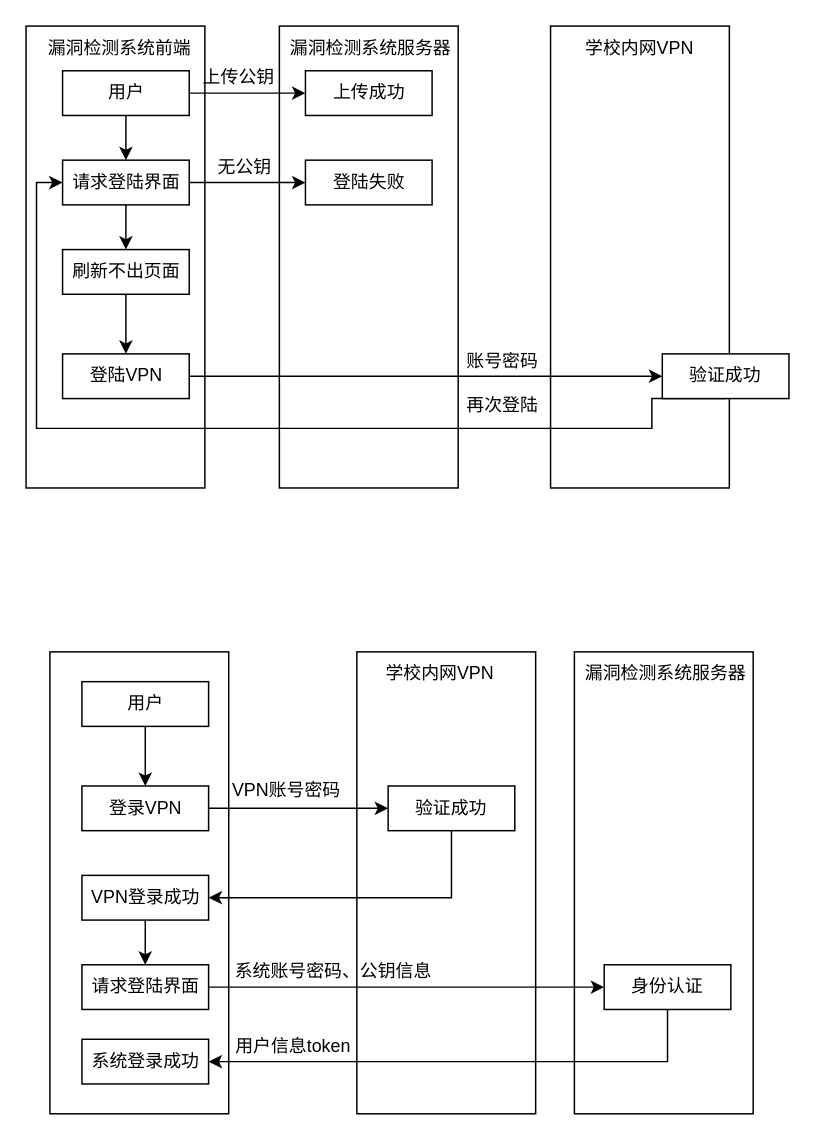
Niujieheng/GitHub_Jul keeps this draw.io diagram as 认证登录.drawio. Above is the earlier version. Source tidied: cells renumbered, new cells numbered last; positions are measured from the earlier drawing's top-left corner, leaving out a move shared by most shapes. Both pictures are drawn from the tidied source at 149%, with x=0, y=0 at pixel (25, 25).
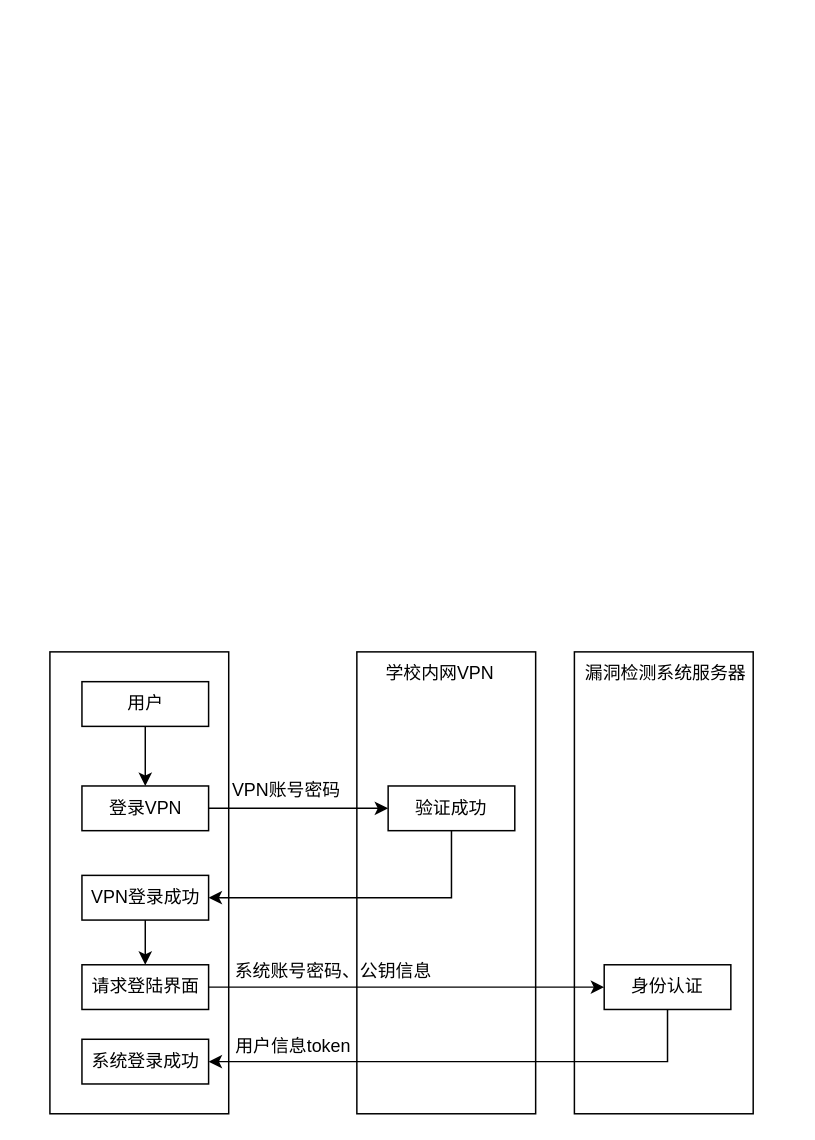
The same page after the edit.

Commit message (it also covers changes not shown here):
更新认证登录.drawio

Change to the diagram source:
```diff
@@
-    <mxCell id="2" style="rounded=0;whiteSpace=wrap;html=1;" parent="1" vertex="1">
-      <mxGeometry width="120" height="310" as="geometry" />
-    </mxCell>
-    <mxCell id="3" style="rounded=0;whiteSpace=wrap;html=1;" parent="1" vertex="1">
-      <mxGeometry x="170" width="120" height="310" as="geometry" />
-    </mxCell>
-    <mxCell id="4" style="rounded=0;whiteSpace=wrap;html=1;" parent="1" vertex="1">
-      <mxGeometry x="352" width="120" height="310" as="geometry" />
-    </mxCell>
-    <mxCell id="5" value="漏洞检测系统前端" style="text;html=1;strokeColor=none;fillColor=none;align=center;verticalAlign=middle;whiteSpace=wrap;rounded=0;" parent="1" vertex="1">
-      <mxGeometry x="13" width="100" height="30" as="geometry" />
-    </mxCell>
-    <mxCell id="6" value="漏洞检测系统服务器" style="text;html=1;strokeColor=none;fillColor=none;align=center;verticalAlign=middle;whiteSpace=wrap;rounded=0;" parent="1" vertex="1">
-      <mxGeometry x="173" width="117" height="30" as="geometry" />
-    </mxCell>
-    <mxCell id="7" value="学校内网VPN" style="text;html=1;strokeColor=none;fillColor=none;align=center;verticalAlign=middle;whiteSpace=wrap;rounded=0;" parent="1" vertex="1">
-      <mxGeometry x="362" width="100" height="30" as="geometry" />
-    </mxCell>
-    <mxCell id="8" style="edgeStyle=orthogonalEdgeStyle;rounded=0;jettySize=auto;html=1;exitX=0.5;exitY=1;exitDx=0;exitDy=0;" parent="1" edge="1" source="10" target="13">
-      <mxGeometry relative="1" as="geometry" />
-    </mxCell>
-    <mxCell id="9" style="edgeStyle=orthogonalEdgeStyle;rounded=0;jettySize=auto;html=1;exitX=1;exitY=0.5;exitDx=0;exitDy=0;entryX=0;entryY=0.5;entryDx=0;entryDy=0;" parent="1" edge="1" source="10" target="24">
-      <mxGeometry relative="1" as="geometry" />
-    </mxCell>
-    <mxCell id="10" value="用户" style="rounded=0;whiteSpace=wrap;html=1;" parent="1" vertex="1">
-      <mxGeometry x="24.5" y="30" width="85" height="30" as="geometry" />
-    </mxCell>
-    <mxCell id="11" style="edgeStyle=orthogonalEdgeStyle;rounded=0;jettySize=auto;html=1;exitX=0.5;exitY=1;exitDx=0;exitDy=0;entryX=0.5;entryY=0;entryDx=0;entryDy=0;" parent="1" edge="1" source="13" target="15">
-      <mxGeometry relative="1" as="geometry" />
-    </mxCell>
-    <mxCell id="12" style="edgeStyle=orthogonalEdgeStyle;rounded=0;jettySize=auto;html=1;exitX=1;exitY=0.5;exitDx=0;exitDy=0;entryX=0;entryY=0.5;entryDx=0;entryDy=0;" parent="1" edge="1" source="13" target="22">
-      <mxGeometry relative="1" as="geometry" />
-    </mxCell>
-    <mxCell id="13" value="请求登陆界面" style="rounded=0;whiteSpace=wrap;html=1;" parent="1" vertex="1">
-      <mxGeometry x="24.5" y="90" width="85" height="30" as="geometry" />
-    </mxCell>
-    <mxCell id="14" style="edgeStyle=orthogonalEdgeStyle;rounded=0;jettySize=auto;html=1;" parent="1" edge="1" source="15" target="19">
-      <mxGeometry relative="1" as="geometry" />
-    </mxCell>
-    <mxCell id="15" value="刷新不出页面" style="rounded=0;whiteSpace=wrap;html=1;" parent="1" vertex="1">
-      <mxGeometry x="24.5" y="150" width="85" height="30" as="geometry" />
-    </mxCell>
-    <mxCell id="16" style="edgeStyle=orthogonalEdgeStyle;rounded=0;jettySize=auto;html=1;exitX=0.5;exitY=1;exitDx=0;exitDy=0;entryX=0;entryY=0.5;entryDx=0;entryDy=0;" parent="1" edge="1" source="17" target="13">
-      <mxGeometry relative="1" as="geometry">
-        <Array as="points">
-          <mxPoint x="420" y="270" />
-          <mxPoint x="7" y="270" />
-          <mxPoint x="7" y="105" />
-        </Array>
-      </mxGeometry>
-    </mxCell>
-    <mxCell id="17" value="验证成功" style="rounded=0;whiteSpace=wrap;html=1;" parent="1" vertex="1">
-      <mxGeometry x="427" y="220" width="85" height="30" as="geometry" />
-    </mxCell>
-    <mxCell id="18" style="edgeStyle=orthogonalEdgeStyle;rounded=0;jettySize=auto;html=1;exitX=1;exitY=0.5;exitDx=0;exitDy=0;entryX=0;entryY=0.5;entryDx=0;entryDy=0;" parent="1" edge="1" source="19" target="17">
-      <mxGeometry relative="1" as="geometry" />
-    </mxCell>
-    <mxCell id="19" value="登陆VPN" style="rounded=0;whiteSpace=wrap;html=1;" parent="1" vertex="1">
-      <mxGeometry x="24.5" y="220" width="85" height="30" as="geometry" />
-    </mxCell>
-    <mxCell id="20" value="账号密码" style="text;html=1;strokeColor=none;fillColor=none;align=center;verticalAlign=middle;whiteSpace=wrap;rounded=0;" parent="1" vertex="1">
-      <mxGeometry x="290" y="210" width="60" height="30" as="geometry" />
-    </mxCell>
-    <mxCell id="21" value="再次登陆" style="text;html=1;strokeColor=none;fillColor=none;align=center;verticalAlign=middle;whiteSpace=wrap;rounded=0;" parent="1" vertex="1">
-      <mxGeometry x="290" y="240" width="60" height="30" as="geometry" />
-    </mxCell>
-    <mxCell id="22" value="登陆失败" style="rounded=0;whiteSpace=wrap;html=1;" parent="1" vertex="1">
-      <mxGeometry x="187.5" y="90" width="85" height="30" as="geometry" />
-    </mxCell>
-    <mxCell id="23" value="无公钥" style="text;html=1;strokeColor=none;fillColor=none;align=center;verticalAlign=middle;whiteSpace=wrap;rounded=0;" parent="1" vertex="1">
-      <mxGeometry x="117" y="80" width="60" height="30" as="geometry" />
-    </mxCell>
-    <mxCell id="24" value="上传成功" style="rounded=0;whiteSpace=wrap;html=1;" parent="1" vertex="1">
-      <mxGeometry x="187.5" y="30" width="85" height="30" as="geometry" />
-    </mxCell>
-    <mxCell id="25" value="上传公钥" style="text;html=1;strokeColor=none;fillColor=none;align=center;verticalAlign=middle;whiteSpace=wrap;rounded=0;" parent="1" vertex="1">
-      <mxGeometry x="113" y="20" width="60" height="30" as="geometry" />
-    </mxCell>
```
